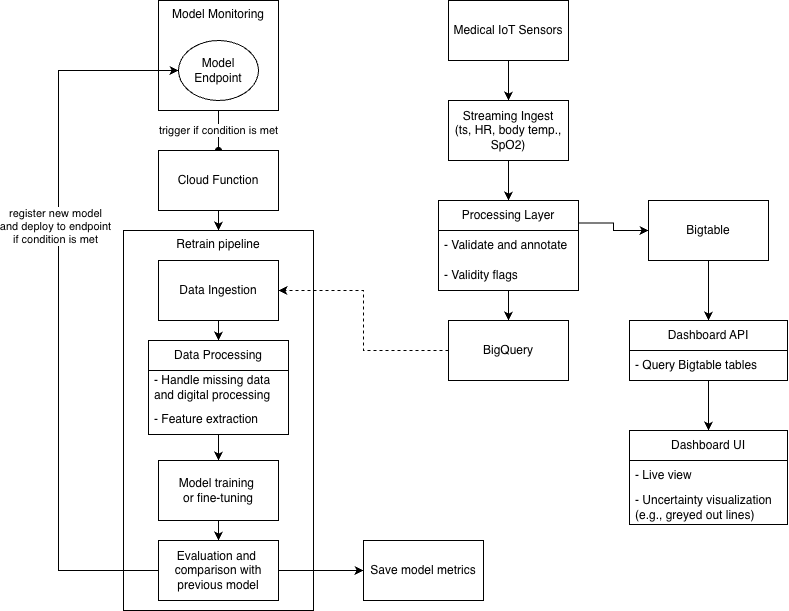
Before: design_docs/architecture.png, a diagram exported from draw.io (anascacais/medical-iot-pipeline). Source tidied: cells renumbered, new cells last; positions are measured from the earlier drawing's top-left corner, leaving out a move shared by most shapes. Its diagram source:
```xml
<mxGraphModel>
  <root>
    <mxCell id="0" />
    <mxCell id="1" parent="0" />
    <mxCell id="2" style="edgeStyle=orthogonalEdgeStyle;rounded=0;jettySize=auto;html=1;entryX=0.5;entryY=0;entryDx=0;entryDy=0;" parent="1" edge="1" source="3" target="5">
      <mxGeometry relative="1" as="geometry" />
    </mxCell>
    <mxCell id="3" value="Medical IoT Sensors" style="rounded=0;whiteSpace=wrap;html=1;" parent="1" vertex="1">
      <mxGeometry x="390" width="120" height="60" as="geometry" />
    </mxCell>
    <mxCell id="4" style="edgeStyle=orthogonalEdgeStyle;rounded=0;jettySize=auto;html=1;exitX=0.5;exitY=1;exitDx=0;exitDy=0;entryX=0.5;entryY=0;entryDx=0;entryDy=0;" parent="1" edge="1" source="5" target="7">
      <mxGeometry relative="1" as="geometry" />
    </mxCell>
    <mxCell id="5" value="Streaming Ingest&lt;div&gt;(ts, HR, body temp., SpO2)&lt;/div&gt;" style="rounded=0;whiteSpace=wrap;html=1;" parent="1" vertex="1">
      <mxGeometry x="390" y="100" width="120" height="60" as="geometry" />
    </mxCell>
    <mxCell id="6" style="edgeStyle=orthogonalEdgeStyle;rounded=0;jettySize=auto;html=1;exitX=1;exitY=0.25;exitDx=0;exitDy=0;" parent="1" edge="1" source="7" target="11">
      <mxGeometry relative="1" as="geometry" />
    </mxCell>
    <mxCell id="7" value="Processing Layer" style="swimlane;fontStyle=0;horizontal=1;startSize=30;whiteSpace=wrap;html=1;" parent="1" vertex="1">
      <mxGeometry x="380" y="200" width="140" height="90" as="geometry" />
    </mxCell>
    <mxCell id="8" value="&lt;span style=&quot;background-color: transparent; color: light-dark(rgb(0, 0, 0), rgb(255, 255, 255));&quot;&gt;- Validate and annotate&amp;nbsp;&lt;/span&gt;" style="text;strokeColor=none;fillColor=none;align=left;verticalAlign=middle;spacingLeft=4;spacingRight=4;overflow=hidden;whiteSpace=wrap;html=1;" parent="7" vertex="1">
      <mxGeometry y="30" width="140" height="30" as="geometry" />
    </mxCell>
    <mxCell id="9" value="- Validity flags" style="text;strokeColor=none;fillColor=none;align=left;verticalAlign=middle;spacingLeft=4;spacingRight=4;overflow=hidden;whiteSpace=wrap;html=1;" parent="7" vertex="1">
      <mxGeometry y="60" width="140" height="30" as="geometry" />
    </mxCell>
    <mxCell id="10" style="edgeStyle=orthogonalEdgeStyle;rounded=0;jettySize=auto;html=1;exitX=0.5;exitY=1;exitDx=0;exitDy=0;entryX=0.5;entryY=0;entryDx=0;entryDy=0;" parent="1" edge="1" source="11" target="13">
      <mxGeometry relative="1" as="geometry" />
    </mxCell>
    <mxCell id="11" value="Bigtable" style="rounded=0;whiteSpace=wrap;html=1;" parent="1" vertex="1">
      <mxGeometry x="590" y="200" width="120" height="60" as="geometry" />
    </mxCell>
    <mxCell id="12" style="edgeStyle=orthogonalEdgeStyle;rounded=0;jettySize=auto;html=1;entryX=0.5;entryY=0;entryDx=0;entryDy=0;" parent="1" edge="1" source="13" target="17">
      <mxGeometry relative="1" as="geometry" />
    </mxCell>
    <mxCell id="13" value="Dashboard API" style="swimlane;fontStyle=0;horizontal=1;startSize=30;whiteSpace=wrap;html=1;" parent="1" vertex="1">
      <mxGeometry x="571" y="320" width="158" height="60" as="geometry" />
    </mxCell>
    <mxCell id="14" value="- Query Bigtable tables" style="text;strokeColor=none;fillColor=none;align=left;verticalAlign=middle;spacingLeft=4;spacingRight=4;overflow=hidden;whiteSpace=wrap;html=1;" parent="13" vertex="1">
      <mxGeometry y="30" width="158" height="30" as="geometry" />
    </mxCell>
    <mxCell id="15" value="BigQuery" style="rounded=0;whiteSpace=wrap;html=1;" parent="1" vertex="1">
      <mxGeometry x="390" y="320" width="120" height="60" as="geometry" />
    </mxCell>
    <mxCell id="16" style="edgeStyle=orthogonalEdgeStyle;rounded=0;jettySize=auto;html=1;entryX=0.5;entryY=0;entryDx=0;entryDy=0;" parent="1" edge="1" source="7" target="15">
      <mxGeometry relative="1" as="geometry" />
    </mxCell>
    <mxCell id="17" value="Dashboard UI" style="swimlane;fontStyle=0;horizontal=1;startSize=30;whiteSpace=wrap;html=1;" parent="1" vertex="1">
      <mxGeometry x="571" y="430" width="158" height="94" as="geometry" />
    </mxCell>
    <mxCell id="18" value="- Live view" style="text;strokeColor=none;fillColor=none;align=left;verticalAlign=middle;spacingLeft=4;spacingRight=4;overflow=hidden;whiteSpace=wrap;html=1;" parent="17" vertex="1">
      <mxGeometry y="30" width="158" height="30" as="geometry" />
    </mxCell>
    <mxCell id="19" value="- Uncertainty visualization (e.g., greyed out lines)" style="text;strokeColor=none;fillColor=none;align=left;verticalAlign=middle;spacingLeft=4;spacingRight=4;overflow=hidden;whiteSpace=wrap;html=1;" parent="17" vertex="1">
      <mxGeometry y="60" width="158" height="34" as="geometry" />
    </mxCell>
    <mxCell id="20" value="trigger if condition is met" style="edgeStyle=orthogonalEdgeStyle;rounded=0;jettySize=auto;html=1;entryX=0.5;entryY=0;entryDx=0;entryDy=0;endArrow=oval;endFill=1;startArrow=none;startFill=0;" parent="1" edge="1" source="22" target="25">
      <mxGeometry relative="1" as="geometry" />
    </mxCell>
    <mxCell id="21" style="group;" parent="1" vertex="1">
      <mxGeometry x="100" width="120" height="110" as="geometry" />
    </mxCell>
    <mxCell id="22" value="Model Monitoring" style="rounded=0;whiteSpace=wrap;html=1;fillColor=default;verticalAlign=top;" parent="21" vertex="1">
      <mxGeometry width="120" height="110" as="geometry" />
    </mxCell>
    <mxCell id="23" value="Model Endpoint" style="ellipse;whiteSpace=wrap;html=1;" parent="21" vertex="1">
      <mxGeometry x="20" y="40" width="80" height="60" as="geometry" />
    </mxCell>
    <mxCell id="24" style="edgeStyle=orthogonalEdgeStyle;rounded=0;jettySize=auto;html=1;" parent="1" edge="1" source="25" target="28">
      <mxGeometry relative="1" as="geometry" />
    </mxCell>
    <mxCell id="25" value="Cloud Function" style="rounded=0;whiteSpace=wrap;html=1;" parent="1" vertex="1">
      <mxGeometry x="100" y="150" width="120" height="60" as="geometry" />
    </mxCell>
    <mxCell id="26" value="Save model metrics" style="rounded=0;whiteSpace=wrap;html=1;" parent="1" vertex="1">
      <mxGeometry x="305" y="540" width="120" height="60" as="geometry" />
    </mxCell>
    <mxCell id="27" style="group;" parent="1" vertex="1">
      <mxGeometry x="65" y="230" width="190" height="380" as="geometry" />
    </mxCell>
    <mxCell id="28" value="Retrain pipeline" style="rounded=0;whiteSpace=wrap;html=1;verticalAlign=top;" parent="27" vertex="1">
      <mxGeometry width="190" height="380" as="geometry" />
    </mxCell>
    <mxCell id="29" style="edgeStyle=orthogonalEdgeStyle;rounded=0;jettySize=auto;html=1;exitX=0.5;exitY=1;exitDx=0;exitDy=0;entryX=0.5;entryY=0;entryDx=0;entryDy=0;" parent="27" edge="1" source="30" target="32">
      <mxGeometry relative="1" as="geometry" />
    </mxCell>
    <mxCell id="30" value="Data Ingestion" style="rounded=0;whiteSpace=wrap;html=1;" parent="27" vertex="1">
      <mxGeometry x="35" y="30" width="120" height="60" as="geometry" />
    </mxCell>
    <mxCell id="31" style="edgeStyle=orthogonalEdgeStyle;rounded=0;jettySize=auto;html=1;" parent="27" edge="1" source="32" target="36">
      <mxGeometry relative="1" as="geometry" />
    </mxCell>
    <mxCell id="32" value="Data Processing" style="swimlane;fontStyle=0;horizontal=1;startSize=30;whiteSpace=wrap;html=1;" parent="27" vertex="1">
      <mxGeometry x="25" y="110" width="140" height="94" as="geometry" />
    </mxCell>
    <mxCell id="33" value="- Handle missing data and digital processing" style="text;strokeColor=none;fillColor=none;align=left;verticalAlign=middle;spacingLeft=4;spacingRight=4;overflow=hidden;whiteSpace=wrap;html=1;" parent="32" vertex="1">
      <mxGeometry y="30" width="140" height="34" as="geometry" />
    </mxCell>
    <mxCell id="34" value="- Feature extraction" style="text;strokeColor=none;fillColor=none;align=left;verticalAlign=middle;spacingLeft=4;spacingRight=4;overflow=hidden;whiteSpace=wrap;html=1;" parent="32" vertex="1">
      <mxGeometry y="64" width="140" height="30" as="geometry" />
    </mxCell>
    <mxCell id="35" style="edgeStyle=orthogonalEdgeStyle;rounded=0;jettySize=auto;html=1;" parent="27" edge="1" source="36" target="37">
      <mxGeometry relative="1" as="geometry" />
    </mxCell>
    <mxCell id="36" value="Model training&amp;nbsp;&lt;div&gt;or fine-tuning&lt;/div&gt;" style="rounded=0;whiteSpace=wrap;html=1;" parent="27" vertex="1">
      <mxGeometry x="35" y="230" width="120" height="60" as="geometry" />
    </mxCell>
    <mxCell id="37" value="Evaluation and&amp;nbsp;&lt;div&gt;comparison with previous model&lt;/div&gt;" style="rounded=0;whiteSpace=wrap;html=1;" parent="27" vertex="1">
      <mxGeometry x="35" y="310" width="120" height="60" as="geometry" />
    </mxCell>
    <mxCell id="38" style="edgeStyle=orthogonalEdgeStyle;rounded=0;jettySize=auto;html=1;exitX=0;exitY=0.5;exitDx=0;exitDy=0;entryX=0;entryY=0.5;entryDx=0;entryDy=0;endArrow=classic;endFill=1;" parent="1" edge="1" source="37" target="23">
      <mxGeometry relative="1" as="geometry">
        <Array as="points">
          <mxPoint y="570" />
          <mxPoint y="70" />
        </Array>
      </mxGeometry>
    </mxCell>
    <mxCell id="39" value="register new model&lt;div&gt;and deploy to endpoint&lt;/div&gt;&lt;div&gt;if condition is met&lt;/div&gt;" style="edgeLabel;html=1;align=center;verticalAlign=middle;" parent="38" vertex="1">
      <mxGeometry x="0.24" y="4" relative="1" as="geometry" />
    </mxCell>
    <mxCell id="40" style="edgeStyle=orthogonalEdgeStyle;rounded=0;jettySize=auto;html=1;exitX=1;exitY=0.5;exitDx=0;exitDy=0;entryX=0;entryY=0.5;entryDx=0;entryDy=0;" parent="1" edge="1" source="37" target="26">
      <mxGeometry relative="1" as="geometry" />
    </mxCell>
    <mxCell id="41" style="edgeStyle=orthogonalEdgeStyle;rounded=0;jettySize=auto;html=1;dashed=1;" parent="1" edge="1" source="15" target="30">
      <mxGeometry relative="1" as="geometry" />
    </mxCell>
  </root>
</mxGraphModel>
```
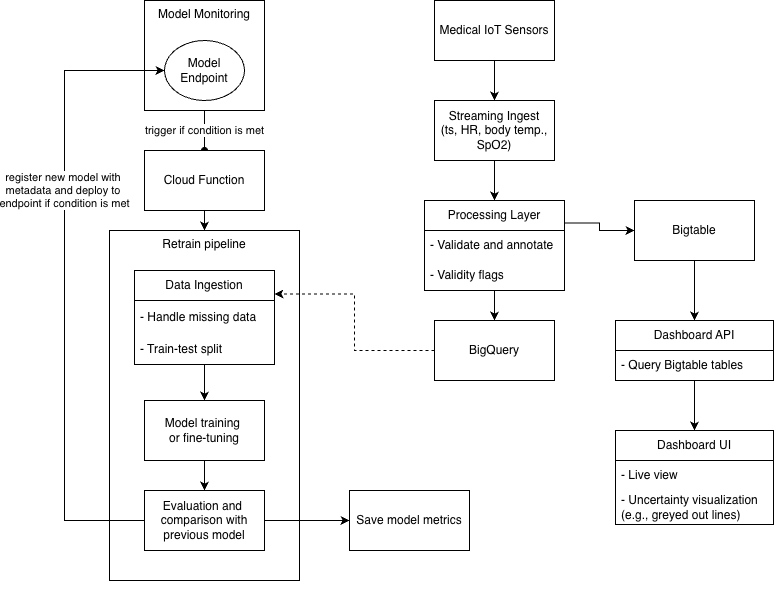
After the change.

Change to the diagram source:
```diff
@@ -75,57 +75,53 @@
       <mxGeometry x="100" y="150" width="120" height="60" as="geometry" />
     </mxCell>
     <mxCell id="26" value="Save model metrics" style="rounded=0;whiteSpace=wrap;html=1;" parent="1" vertex="1">
-      <mxGeometry x="305" y="540" width="120" height="60" as="geometry" />
+      <mxGeometry x="305" y="490" width="120" height="60" as="geometry" />
     </mxCell>
     <mxCell id="27" style="group;" parent="1" vertex="1">
       <mxGeometry x="65" y="230" width="190" height="380" as="geometry" />
     </mxCell>
     <mxCell id="28" value="Retrain pipeline" style="rounded=0;whiteSpace=wrap;html=1;verticalAlign=top;" parent="27" vertex="1">
-      <mxGeometry width="190" height="380" as="geometry" />
+      <mxGeometry width="190" height="350" as="geometry" />
     </mxCell>
-    <mxCell id="29" style="edgeStyle=orthogonalEdgeStyle;rounded=0;jettySize=auto;html=1;exitX=0.5;exitY=1;exitDx=0;exitDy=0;entryX=0.5;entryY=0;entryDx=0;entryDy=0;" parent="27" edge="1" source="30" target="32">
-      <mxGeometry relative="1" as="geometry" />
-    </mxCell>
-    <mxCell id="30" value="Data Ingestion" style="rounded=0;whiteSpace=wrap;html=1;" parent="27" vertex="1">
-      <mxGeometry x="35" y="30" width="120" height="60" as="geometry" />
-    </mxCell>
     <mxCell id="31" style="edgeStyle=orthogonalEdgeStyle;rounded=0;jettySize=auto;html=1;" parent="27" edge="1" source="32" target="36">
       <mxGeometry relative="1" as="geometry" />
     </mxCell>
-    <mxCell id="32" value="Data Processing" style="swimlane;fontStyle=0;horizontal=1;startSize=30;whiteSpace=wrap;html=1;" parent="27" vertex="1">
-      <mxGeometry x="25" y="110" width="140" height="94" as="geometry" />
+    <mxCell id="32" value="Data Ingestion" style="swimlane;fontStyle=0;horizontal=1;startSize=30;whiteSpace=wrap;html=1;" parent="27" vertex="1">
+      <mxGeometry x="25" y="40" width="140" height="94" as="geometry" />
     </mxCell>
-    <mxCell id="33" value="- Handle missing data and digital processing" style="text;strokeColor=none;fillColor=none;align=left;verticalAlign=middle;spacingLeft=4;spacingRight=4;overflow=hidden;whiteSpace=wrap;html=1;" parent="32" vertex="1">
+    <mxCell id="33" value="- Handle missing data" style="text;strokeColor=none;fillColor=none;align=left;verticalAlign=middle;spacingLeft=4;spacingRight=4;overflow=hidden;whiteSpace=wrap;html=1;" parent="32" vertex="1">
       <mxGeometry y="30" width="140" height="34" as="geometry" />
     </mxCell>
-    <mxCell id="34" value="- Feature extraction" style="text;strokeColor=none;fillColor=none;align=left;verticalAlign=middle;spacingLeft=4;spacingRight=4;overflow=hidden;whiteSpace=wrap;html=1;" parent="32" vertex="1">
+    <mxCell id="34" value="- Train-test split" style="text;strokeColor=none;fillColor=none;align=left;verticalAlign=middle;spacingLeft=4;spacingRight=4;overflow=hidden;whiteSpace=wrap;html=1;" parent="32" vertex="1">
       <mxGeometry y="64" width="140" height="30" as="geometry" />
     </mxCell>
     <mxCell id="35" style="edgeStyle=orthogonalEdgeStyle;rounded=0;jettySize=auto;html=1;" parent="27" edge="1" source="36" target="37">
       <mxGeometry relative="1" as="geometry" />
     </mxCell>
     <mxCell id="36" value="Model training&amp;nbsp;&lt;div&gt;or fine-tuning&lt;/div&gt;" style="rounded=0;whiteSpace=wrap;html=1;" parent="27" vertex="1">
-      <mxGeometry x="35" y="230" width="120" height="60" as="geometry" />
+      <mxGeometry x="35" y="170" width="120" height="60" as="geometry" />
     </mxCell>
     <mxCell id="37" value="Evaluation and&amp;nbsp;&lt;div&gt;comparison with previous model&lt;/div&gt;" style="rounded=0;whiteSpace=wrap;html=1;" parent="27" vertex="1">
-      <mxGeometry x="35" y="310" width="120" height="60" as="geometry" />
+      <mxGeometry x="35" y="260" width="120" height="60" as="geometry" />
     </mxCell>
-    <mxCell id="38" style="edgeStyle=orthogonalEdgeStyle;rounded=0;jettySize=auto;html=1;exitX=0;exitY=0.5;exitDx=0;exitDy=0;entryX=0;entryY=0.5;entryDx=0;entryDy=0;endArrow=classic;endFill=1;" parent="1" edge="1" source="37" target="23">
-      <mxGeometry relative="1" as="geometry">
-        <Array as="points">
-          <mxPoint y="570" />
-          <mxPoint y="70" />
-        </Array>
-      </mxGeometry>
-    </mxCell>
-    <mxCell id="39" value="register new model&lt;div&gt;and deploy to endpoint&lt;/div&gt;&lt;div&gt;if condition is met&lt;/div&gt;" style="edgeLabel;html=1;align=center;verticalAlign=middle;" parent="38" vertex="1">
-      <mxGeometry x="0.24" y="4" relative="1" as="geometry" />
-    </mxCell>
     <mxCell id="40" style="edgeStyle=orthogonalEdgeStyle;rounded=0;jettySize=auto;html=1;exitX=1;exitY=0.5;exitDx=0;exitDy=0;entryX=0;entryY=0.5;entryDx=0;entryDy=0;" parent="1" edge="1" source="37" target="26">
       <mxGeometry relative="1" as="geometry" />
     </mxCell>
-    <mxCell id="41" style="edgeStyle=orthogonalEdgeStyle;rounded=0;jettySize=auto;html=1;dashed=1;" parent="1" edge="1" source="15" target="30">
+    <mxCell id="41" style="edgeStyle=orthogonalEdgeStyle;rounded=0;jettySize=auto;html=1;dashed=1;entryX=1;entryY=0.25;entryDx=0;entryDy=0;" parent="1" edge="1" source="15" target="32">
       <mxGeometry relative="1" as="geometry" />
     </mxCell>
+    <mxCell id="38" style="edgeStyle=orthogonalEdgeStyle;rounded=0;jettySize=auto;html=1;entryX=0;entryY=0.5;entryDx=0;entryDy=0;" parent="1" edge="1" source="37" target="23">
+      <mxGeometry relative="1" as="geometry">
+        <Array as="points">
+          <mxPoint x="20" y="520" />
+          <mxPoint x="20" y="70" />
+        </Array>
+      </mxGeometry>
+    </mxCell>
+    <mxCell id="42" value="register new model with&amp;nbsp;&lt;div&gt;metadata&amp;nbsp;&lt;span style=&quot;background-color: light-dark(#ffffff, var(--ge-dark-color, #121212)); color: light-dark(rgb(0, 0, 0), rgb(255, 255, 255));&quot;&gt;and deploy to&amp;nbsp;&lt;/span&gt;&lt;/div&gt;&lt;div&gt;&lt;span style=&quot;background-color: light-dark(#ffffff, var(--ge-dark-color, #121212)); color: light-dark(rgb(0, 0, 0), rgb(255, 255, 255));&quot;&gt;endpoint&amp;nbsp;&lt;/span&gt;&lt;span style=&quot;background-color: light-dark(#ffffff, var(--ge-dark-color, #121212)); color: light-dark(rgb(0, 0, 0), rgb(255, 255, 255));&quot;&gt;if condition is met&lt;/span&gt;&lt;/div&gt;" style="edgeLabel;html=1;align=center;verticalAlign=middle;" parent="38" vertex="1">
+      <mxGeometry x="0.23" relative="1" as="geometry">
+        <mxPoint y="-21" as="offset" />
+      </mxGeometry>
+    </mxCell>
   </root>
 </mxGraphModel>
```
